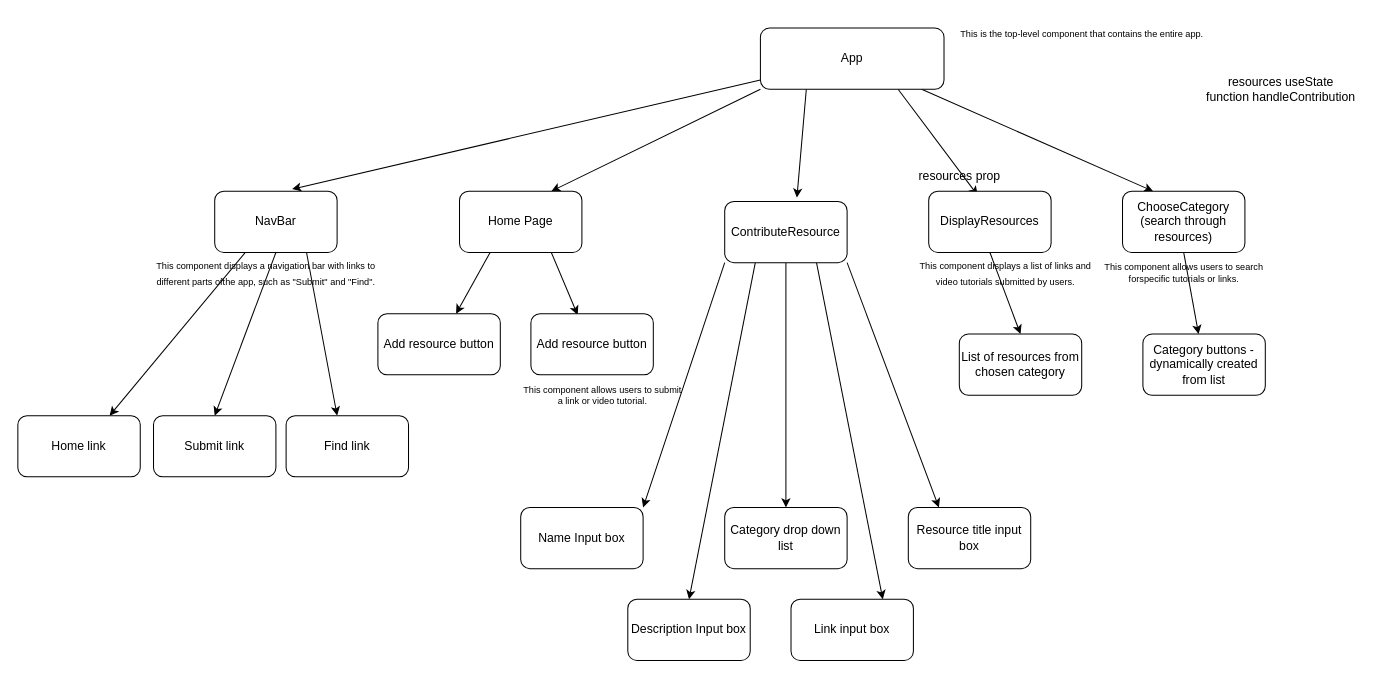
sarahcrack/bridge-the-gap keeps this draw.io diagram as bridge-the-gap/component-tree.drawio. Above is the earlier version. Source tidied: cells renumbered, new cells numbered last; positions are measured from the earlier drawing's top-left corner, leaving out a move shared by most shapes. Both pictures are drawn from the tidied source at 102%, with x=0, y=0 at pixel (17, 17).
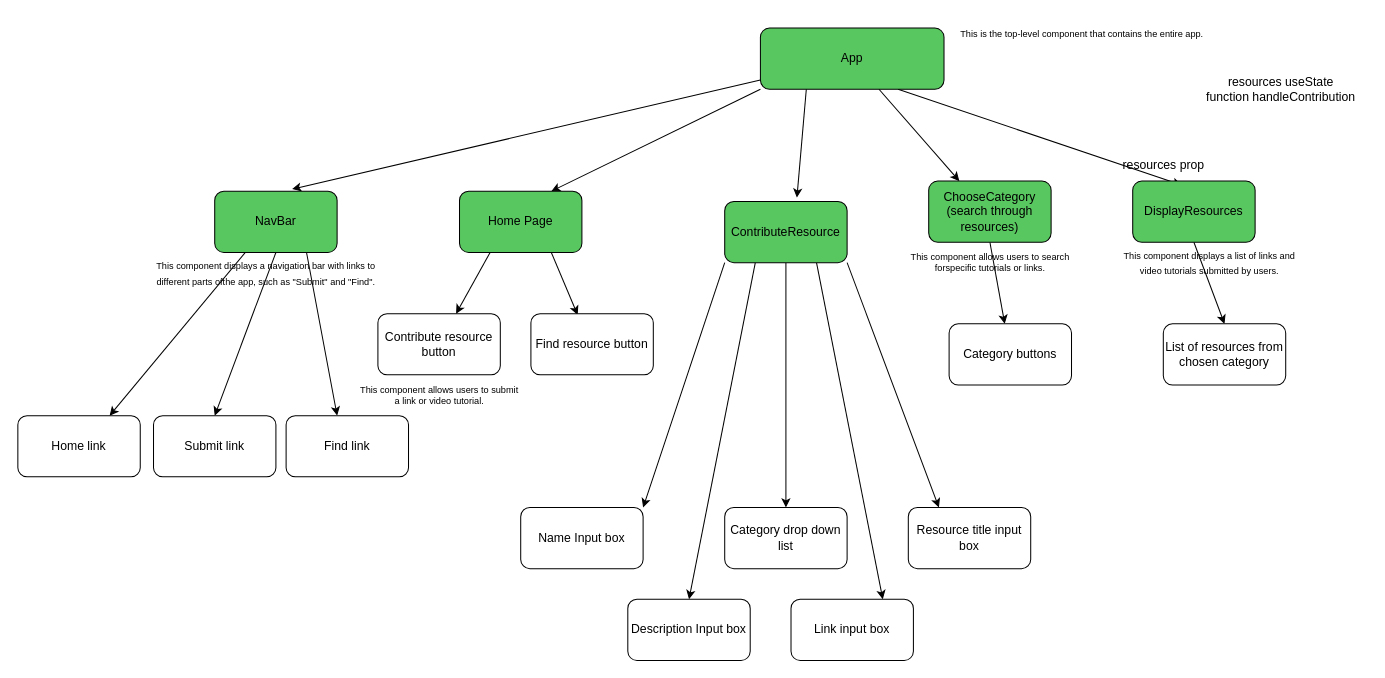
The same page after the edit.

Commit message:
added colours  to component tree

Change to the diagram source:
```diff
@@
-    <mxCell id="7" value="App" style="rounded=1;whiteSpace=wrap;html=1;" parent="1" vertex="1">
+    <mxCell id="7" value="App" style="rounded=1;whiteSpace=wrap;html=1;fillColor=#59C760;" parent="1" vertex="1">
       <mxGeometry x="728" y="10" width="180" height="60" as="geometry" />
     </mxCell>
@@
-    <mxCell id="13" value="ContributeResource" style="rounded=1;whiteSpace=wrap;html=1;" parent="1" vertex="1">
+    <mxCell id="13" value="ContributeResource" style="rounded=1;whiteSpace=wrap;html=1;fillColor=#59C760;" parent="1" vertex="1">
       <mxGeometry x="693" y="180" width="120" height="60" as="geometry" />
     </mxCell>
@@
-    <mxCell id="15" value="DisplayResources" style="rounded=1;whiteSpace=wrap;html=1;" parent="1" vertex="1">
-      <mxGeometry x="893" y="170" width="120" height="60" as="geometry" />
+    <mxCell id="15" value="DisplayResources" style="rounded=1;whiteSpace=wrap;html=1;fillColor=#59C760;" parent="1" vertex="1">
+      <mxGeometry x="1093" y="160" width="120" height="60" as="geometry" />
     </mxCell>
@@
-    <mxCell id="17" value="ChooseCategory&lt;br&gt;(search through resources)" style="rounded=1;whiteSpace=wrap;html=1;" parent="1" vertex="1">
-      <mxGeometry x="1083" y="170" width="120" height="60" as="geometry" />
+    <mxCell id="17" value="ChooseCategory&lt;br&gt;(search through resources)" style="rounded=1;whiteSpace=wrap;html=1;fillColor=#59C760;" parent="1" vertex="1">
+      <mxGeometry x="893" y="160" width="120" height="60" as="geometry" />
     </mxCell>
     <mxCell id="18" value="List of resources from chosen category" style="rounded=1;whiteSpace=wrap;html=1;" parent="1" vertex="1">
-      <mxGeometry x="923" y="310" width="120" height="60" as="geometry" />
+      <mxGeometry x="1123" y="300" width="120" height="60" as="geometry" />
     </mxCell>
@@
-    <mxCell id="23" value="&lt;font style=&quot;font-size: 12px;&quot;&gt;NavBar&lt;/font&gt;" style="rounded=1;whiteSpace=wrap;html=1;fontSize=9;" parent="1" vertex="1">
+    <mxCell id="23" value="&lt;font style=&quot;font-size: 12px;&quot;&gt;NavBar&lt;/font&gt;" style="rounded=1;whiteSpace=wrap;html=1;fontSize=9;fillColor=#59C760;" parent="1" vertex="1">
       <mxGeometry x="193" y="170" width="120" height="60" as="geometry" />
     </mxCell>
@@
     <mxCell id="25" value="This component allows users to search &lt;br&gt;forspecific tutorials or links." style="text;html=1;align=center;verticalAlign=middle;strokeColor=none;fillColor=none;fontSize=9;" parent="1" vertex="1">
-      <mxGeometry x="1053" y="230" width="180" height="40" as="geometry" />
+      <mxGeometry x="863" y="220" width="180" height="40" as="geometry" />
     </mxCell>
     <mxCell id="26" value="This component allows users to submit &lt;br&gt;a link or video tutorial." style="text;html=1;align=center;verticalAlign=middle;strokeColor=none;fillColor=none;fontSize=9;" parent="1" vertex="1">
-      <mxGeometry x="483" y="350" width="180" height="40" as="geometry" />
+      <mxGeometry x="323" y="350" width="180" height="40" as="geometry" />
     </mxCell>
-    <mxCell id="27" value="&lt;font style=&quot;font-size: 12px;&quot;&gt;Add resource button&lt;/font&gt;" style="rounded=1;whiteSpace=wrap;html=1;fontSize=9;" parent="1" vertex="1">
+    <mxCell id="27" value="&lt;font style=&quot;font-size: 12px;&quot;&gt;Contribute resource button&lt;/font&gt;" style="rounded=1;whiteSpace=wrap;html=1;fontSize=9;" parent="1" vertex="1">
       <mxGeometry x="353" y="290" width="120" height="60" as="geometry" />
     </mxCell>
     <mxCell id="28" value="&lt;font style=&quot;font-size: 9px;&quot;&gt;This component displays a list of links and &lt;br&gt;video tutorials submitted by users.&lt;/font&gt;" style="text;html=1;align=center;verticalAlign=middle;strokeColor=none;fillColor=none;fontSize=12;" parent="1" vertex="1">
-      <mxGeometry x="873" y="230" width="190" height="40" as="geometry" />
+      <mxGeometry x="1073" y="220" width="190" height="40" as="geometry" />
     </mxCell>
-    <mxCell id="29" value="&lt;font style=&quot;font-size: 12px;&quot;&gt;Category buttons - dynamically created from list&lt;/font&gt;" style="rounded=1;whiteSpace=wrap;html=1;fontSize=9;" parent="1" vertex="1">
-      <mxGeometry x="1103" y="310" width="120" height="60" as="geometry" />
+    <mxCell id="29" value="&lt;font style=&quot;font-size: 12px;&quot;&gt;Category buttons&lt;/font&gt;" style="rounded=1;whiteSpace=wrap;html=1;fontSize=9;" parent="1" vertex="1">
+      <mxGeometry x="913" y="300" width="120" height="60" as="geometry" />
     </mxCell>
@@
     <mxCell id="31" value="resources prop" style="text;html=1;align=center;verticalAlign=middle;points=[];strokeColor=none;fillColor=none;fontSize=12;" parent="1" vertex="1">
-      <mxGeometry x="873" y="140" width="100" height="30" as="geometry" />
+      <mxGeometry x="1073" y="130" width="100" height="30" as="geometry" />
     </mxCell>
@@
-    <mxCell id="34" value="Home Page" style="rounded=1;whiteSpace=wrap;html=1;" parent="1" vertex="1">
+    <mxCell id="34" value="Home Page" style="rounded=1;whiteSpace=wrap;html=1;fillColor=#59C760;" parent="1" vertex="1">
       <mxGeometry x="433" y="170" width="120" height="60" as="geometry" />
     </mxCell>
-    <mxCell id="35" value="&lt;font style=&quot;font-size: 12px;&quot;&gt;Add resource button&lt;/font&gt;" style="rounded=1;whiteSpace=wrap;html=1;fontSize=9;" parent="1" vertex="1">
+    <mxCell id="35" value="&lt;font style=&quot;font-size: 12px;&quot;&gt;Find resource button&lt;/font&gt;" style="rounded=1;whiteSpace=wrap;html=1;fontSize=9;" parent="1" vertex="1">
       <mxGeometry x="503" y="290" width="120" height="60" as="geometry" />
     </mxCell>
```
